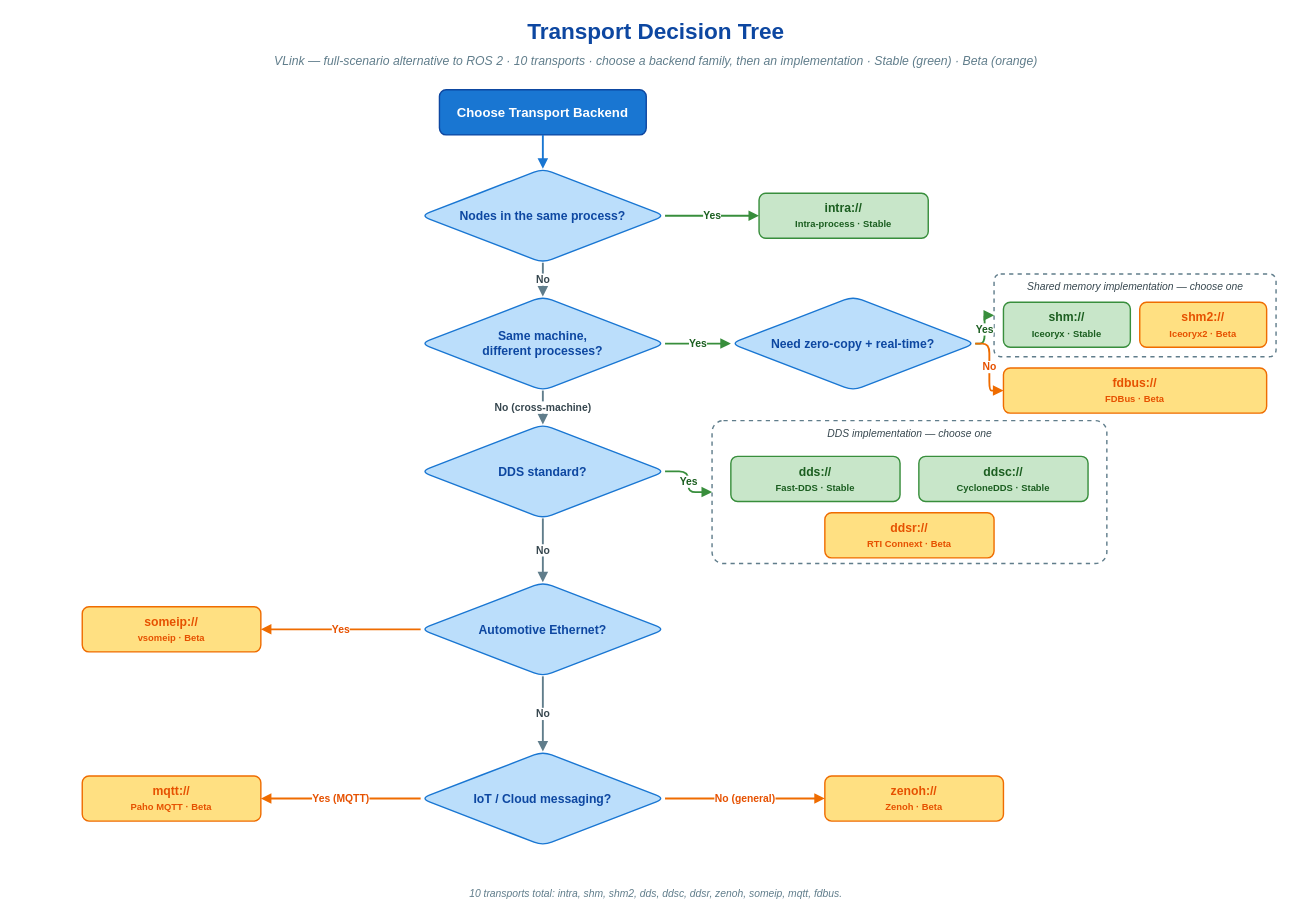
Above: doc/images/transport-decision-tree.drawio in thun-res/vlink (draw.io), before the change. Source tidied: cells renumbered, new cells numbered last; positions are measured from the earlier drawing's top-left corner, leaving out a move shared by most shapes. Both pictures are drawn from the tidied source at 94%, with x=0, y=0 at pixel (16, 16).
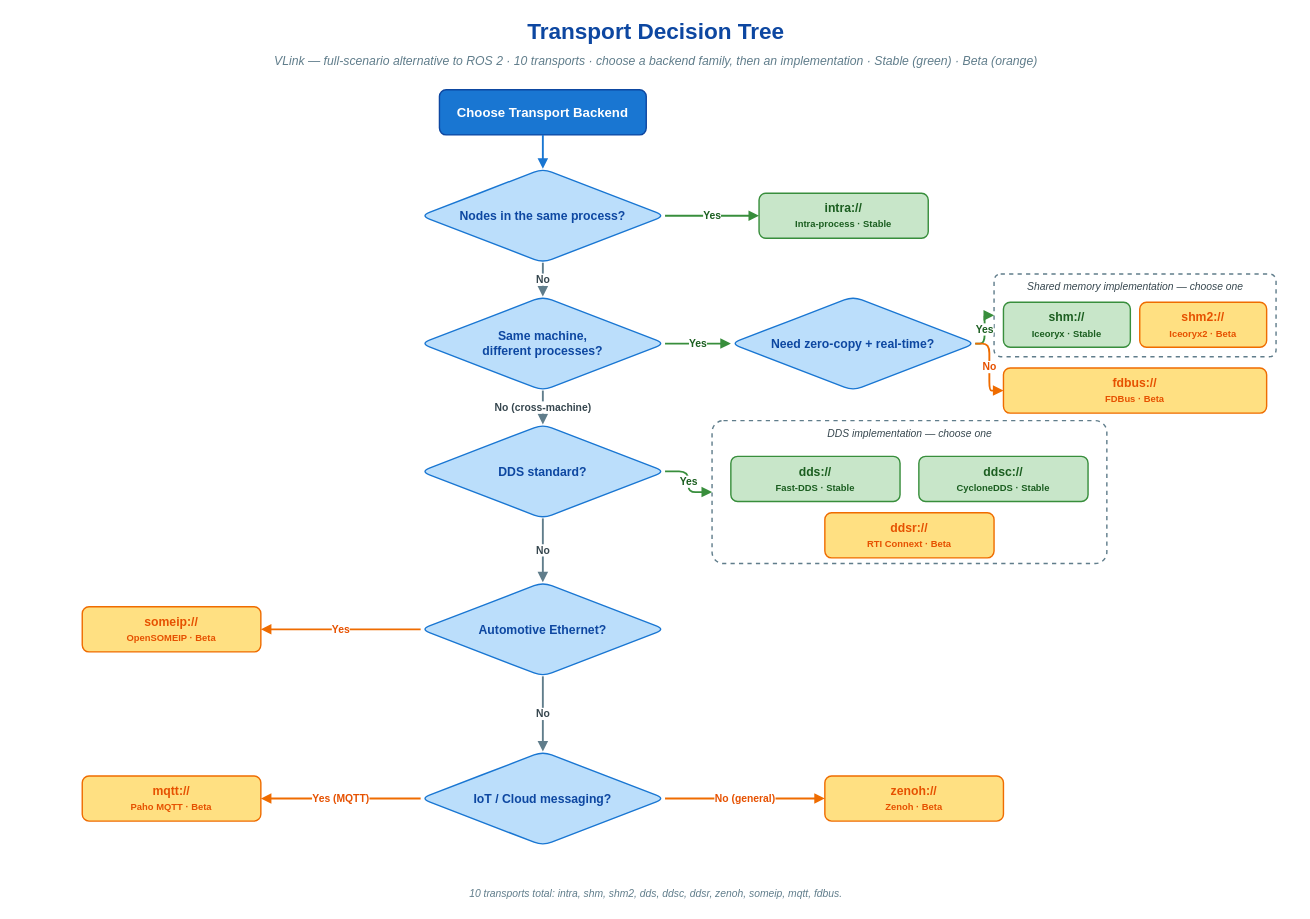
After the change.

The edit, as a diff of the source:
```diff
@@
-    <mxCell id="30" value="&lt;b&gt;someip://&lt;/b&gt;&lt;br/&gt;&lt;span style=&quot;font-size:10px&quot;&gt;vsomeip · Beta&lt;/span&gt;" style="rounded=1;whiteSpace=wrap;html=1;fillColor=#ffe082;strokeColor=#ef6c00;strokeWidth=1.5;fontFamily=Helvetica;fontSize=13;fontStyle=1;fontColor=#e65100;shadow=0;align=center;" parent="1" vertex="1">
+    <mxCell id="30" value="&lt;b&gt;someip://&lt;/b&gt;&lt;br/&gt;&lt;span style=&quot;font-size:10px&quot;&gt;OpenSOMEIP · Beta&lt;/span&gt;" style="rounded=1;whiteSpace=wrap;html=1;fillColor=#ffe082;strokeColor=#ef6c00;strokeWidth=1.5;fontFamily=Helvetica;fontSize=13;fontStyle=1;fontColor=#e65100;shadow=0;align=center;" parent="1" vertex="1">
       <mxGeometry x="70" y="628" width="190" height="48" as="geometry" />
     </mxCell>
```
